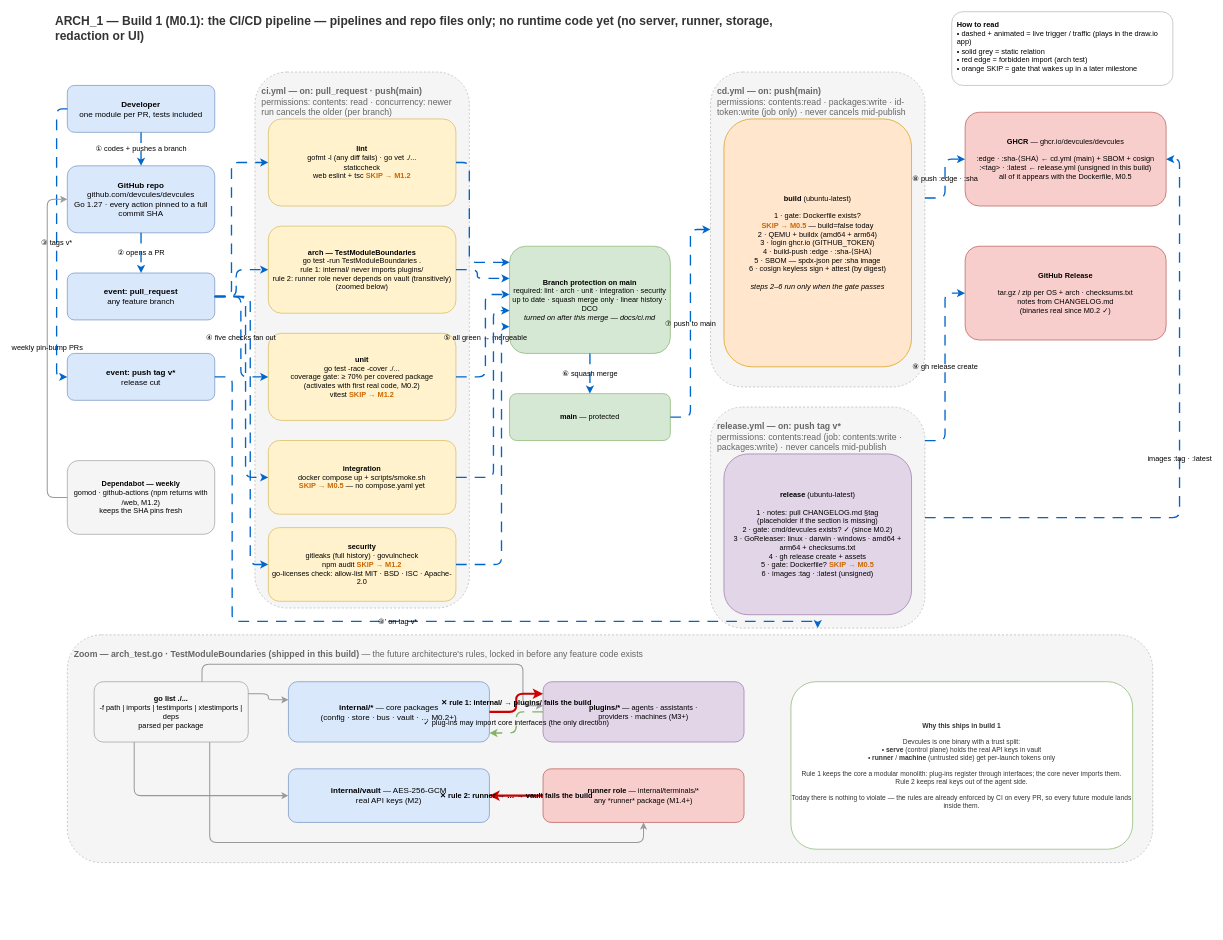
devcules/devcules keeps this draw.io diagram as page "Arch_1" (1 of 18) of docs/diagrams/devcules-architecture.drawio. Above is the earlier version. Source tidied: cells renumbered, new cells numbered last; positions are measured from the earlier drawing's top-left corner, leaving out a move shared by most shapes. Both pictures are drawn from the tidied source at 67%, with x=0, y=0 at pixel (47, 11).
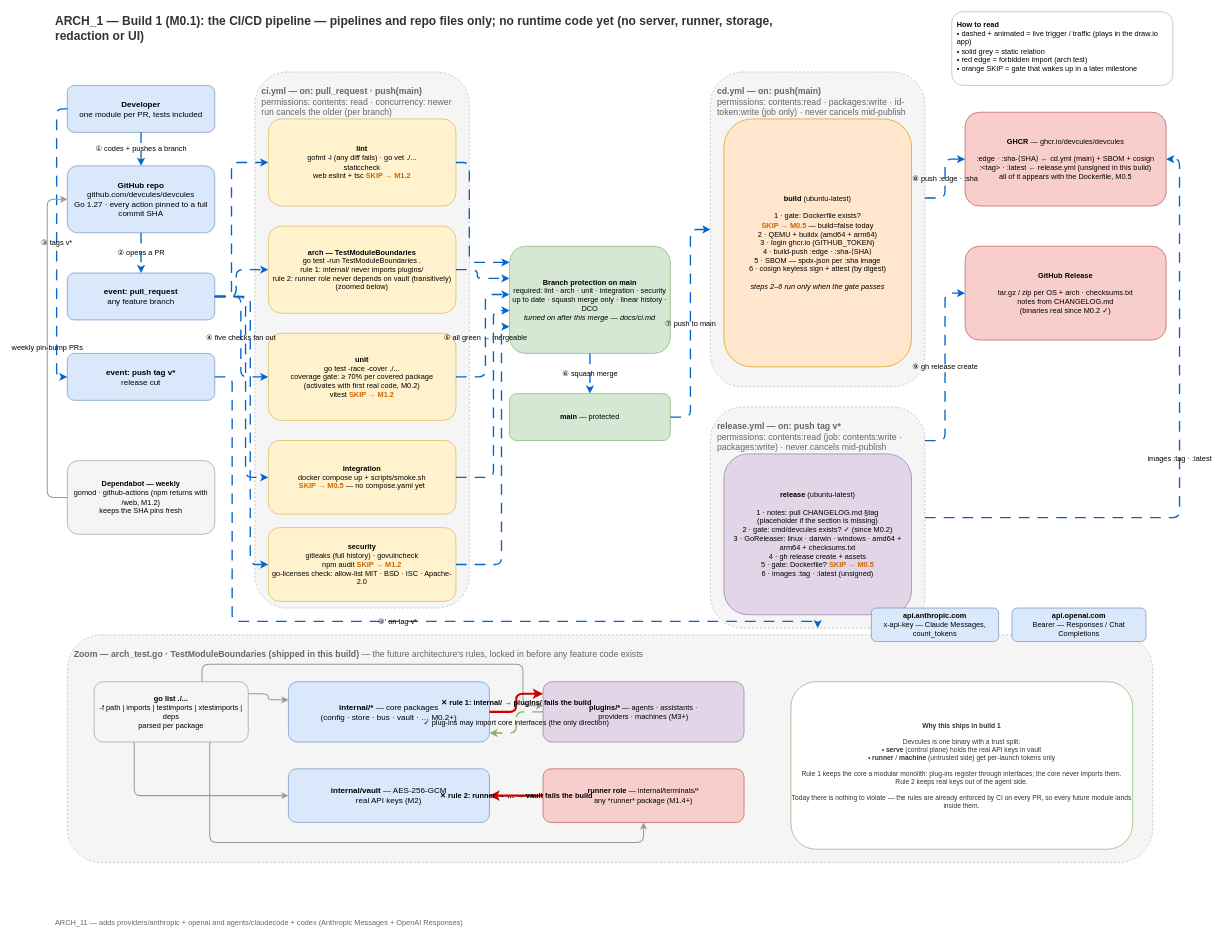
The same diagram, later.

What changed in the source:
```diff
@@
+    <mxCell id="57" value="&lt;b&gt;api.anthropic.com&lt;/b&gt;&lt;br&gt;x-api-key — Claude Messages, count_tokens" style="rounded=1;whiteSpace=wrap;html=1;fillColor=#DAE8FC;strokeColor=#6C8EBF;fontSize=11;" parent="1" vertex="1">
+      <mxGeometry x="1230" y="890" width="190" height="50" as="geometry" />
+    </mxCell>
+    <mxCell id="58" value="&lt;b&gt;api.openai.com&lt;/b&gt;&lt;br&gt;Bearer — Responses / Chat Completions" style="rounded=1;whiteSpace=wrap;html=1;fillColor=#DAE8FC;strokeColor=#6C8EBF;fontSize=11;" parent="1" vertex="1">
+      <mxGeometry x="1440" y="890" width="200" height="50" as="geometry" />
+    </mxCell>
+    <mxCell id="59" value="ARCH_11 — adds providers/anthropic + openai and agents/claudecode + codex (Anthropic Messages + OpenAI Responses)" style="text;html=1;strokeColor=none;fillColor=none;align=left;verticalAlign=middle;whiteSpace=wrap;fontSize=11;fontColor=#666666;" parent="1" vertex="1">
+      <mxGeometry x="10" y="1350" width="820" height="18" as="geometry" />
+    </mxCell>
```
